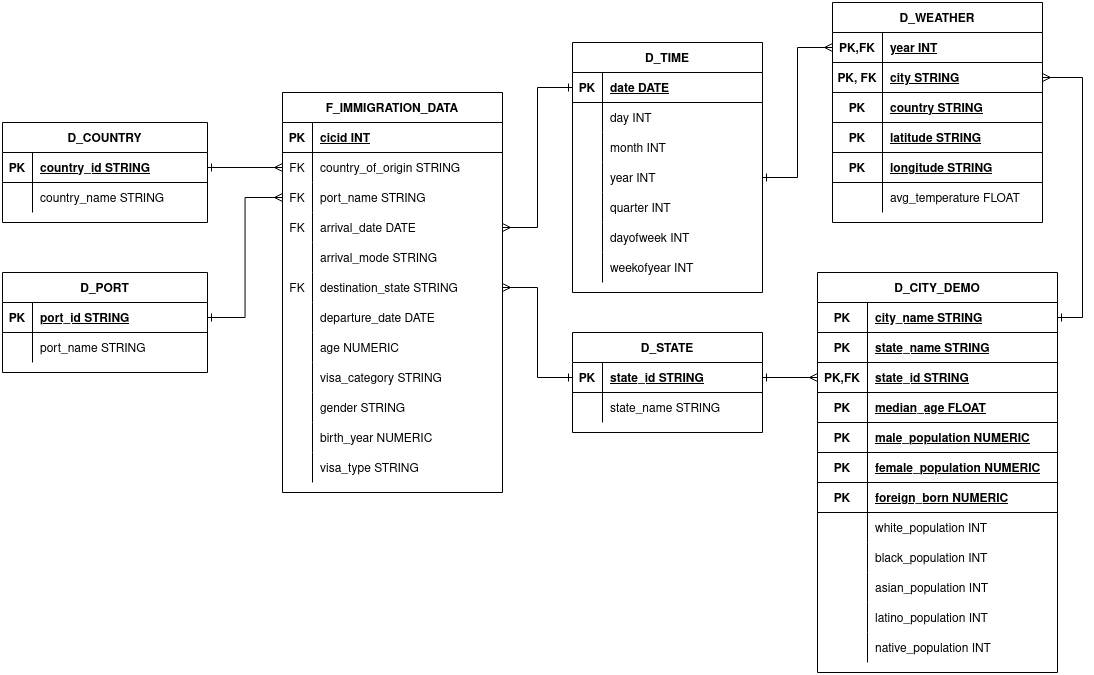
This is img/erd.png from thomaspanji/final-project-digitalskola, a draw.io export, as it was before one commit. Source tidied: cells renumbered, new cells last; positions are measured from the earlier drawing's top-left corner, leaving out a move shared by most shapes.
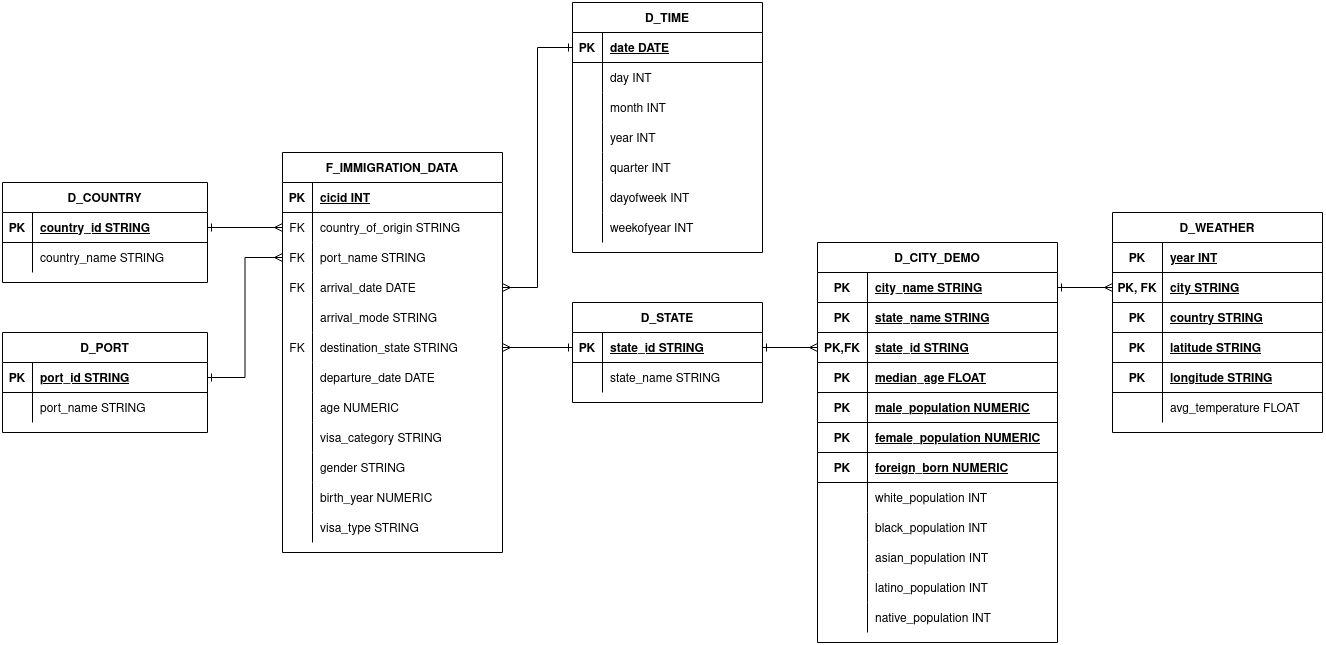
The same diagram one commit later.

The edit, as a diff of the source:
```diff
@@ -135,12 +135,12 @@
       <mxGeometry x="30" width="190" height="30" as="geometry" />
     </mxCell>
     <mxCell id="46" value="D_WEATHER" style="shape=table;startSize=30;rowLines=0;fontStyle=1;align=center;" parent="1" vertex="1">
-      <mxGeometry x="830" width="210" height="220" as="geometry" />
+      <mxGeometry x="1110" y="150" width="210" height="220" as="geometry" />
     </mxCell>
     <mxCell id="47" style="shape=partialRectangle;fillColor=none;points=[[0,0.5],[1,0.5]];portConstraint=eastwest;top=0;left=0;right=0;bottom=1;" parent="46" vertex="1">
       <mxGeometry y="30" width="210" height="30" as="geometry" />
     </mxCell>
-    <mxCell id="48" value="PK,FK" style="shape=partialRectangle;overflow=hidden;fillColor=none;top=0;left=0;bottom=0;right=0;fontStyle=1;" parent="47" vertex="1">
+    <mxCell id="48" value="PK" style="shape=partialRectangle;overflow=hidden;fillColor=none;top=0;left=0;bottom=0;right=0;fontStyle=1;" parent="47" vertex="1">
       <mxGeometry width="50" height="30" as="geometry" />
     </mxCell>
     <mxCell id="49" value="year INT " style="shape=partialRectangle;overflow=hidden;fillColor=none;top=0;left=0;bottom=0;right=0;align=left;spacingLeft=6;fontStyle=5;" parent="47" vertex="1">
@@ -213,7 +213,7 @@
       <mxGeometry x="30" width="175" height="30" as="geometry" />
     </mxCell>
     <mxCell id="72" value="D_STATE" style="shape=table;startSize=30;rowLines=0;fontStyle=1;align=center;" parent="1" vertex="1">
-      <mxGeometry x="570" y="330" width="190" height="100" as="geometry" />
+      <mxGeometry x="570" y="240" width="190" height="100" as="geometry" />
     </mxCell>
     <mxCell id="73" style="shape=partialRectangle;fillColor=none;points=[[0,0.5],[1,0.5]];portConstraint=eastwest;top=0;left=0;right=0;bottom=1;" parent="72" vertex="1">
       <mxGeometry y="30" width="190" height="30" as="geometry" />
@@ -234,7 +234,7 @@
       <mxGeometry x="30" width="160" height="30" as="geometry" />
     </mxCell>
     <mxCell id="79" value="D_TIME" style="shape=table;startSize=30;rowLines=0;fontStyle=1;align=center;" parent="1" vertex="1">
-      <mxGeometry x="570" y="40" width="190" height="250" as="geometry" />
+      <mxGeometry x="570" y="-60" width="190" height="250" as="geometry" />
     </mxCell>
     <mxCell id="80" style="shape=partialRectangle;fillColor=none;points=[[0,0.5],[1,0.5]];portConstraint=eastwest;top=0;left=0;right=0;bottom=1;" parent="79" vertex="1">
       <mxGeometry y="30" width="190" height="30" as="geometry" />
@@ -300,7 +300,7 @@
       <mxGeometry x="30" width="160" height="30" as="geometry" />
     </mxCell>
     <mxCell id="101" value="D_CITY_DEMO" style="shape=table;startSize=30;rowLines=0;fontStyle=1;align=center;" parent="1" vertex="1">
-      <mxGeometry x="815" y="270" width="240" height="400" as="geometry" />
+      <mxGeometry x="815" y="180" width="240" height="400" as="geometry" />
     </mxCell>
     <mxCell id="102" style="shape=partialRectangle;fillColor=none;points=[[0,0.5],[1,0.5]];portConstraint=eastwest;top=0;left=0;right=0;bottom=1;" parent="101" vertex="1">
       <mxGeometry y="30" width="240" height="30" as="geometry" />
@@ -425,16 +425,8 @@
     <mxCell id="142" style="edgeStyle=orthogonalEdgeStyle;rounded=0;jettySize=auto;html=1;entryX=0;entryY=0.5;entryDx=0;entryDy=0;endArrow=ERmany;endFill=0;startArrow=ERone;startFill=0;" parent="1" edge="1" source="73" target="108">
       <mxGeometry relative="1" as="geometry" />
     </mxCell>
-    <mxCell id="143" style="edgeStyle=orthogonalEdgeStyle;rounded=0;jettySize=auto;html=1;entryX=0;entryY=0.5;entryDx=0;entryDy=0;endArrow=ERmany;endFill=0;startArrow=ERone;startFill=0;" parent="1" edge="1" source="89" target="47">
-      <mxGeometry relative="1" as="geometry" />
-    </mxCell>
-    <mxCell id="144" style="edgeStyle=orthogonalEdgeStyle;rounded=0;jettySize=auto;html=1;entryX=1;entryY=0.5;entryDx=0;entryDy=0;endArrow=ERmany;endFill=0;startArrow=ERone;startFill=0;" parent="1" edge="1" source="102" target="50">
-      <mxGeometry relative="1" as="geometry">
-        <Array as="points">
-          <mxPoint x="1080" y="315" />
-          <mxPoint x="1080" y="75" />
-        </Array>
-      </mxGeometry>
+    <mxCell id="144" style="edgeStyle=orthogonalEdgeStyle;rounded=0;jettySize=auto;html=1;entryX=0;entryY=0.5;entryDx=0;entryDy=0;startArrow=ERone;startFill=0;endArrow=ERmany;endFill=0;" parent="1" edge="1" source="102" target="50">
+      <mxGeometry relative="1" as="geometry" />
     </mxCell>
   </root>
 </mxGraphModel>
```
